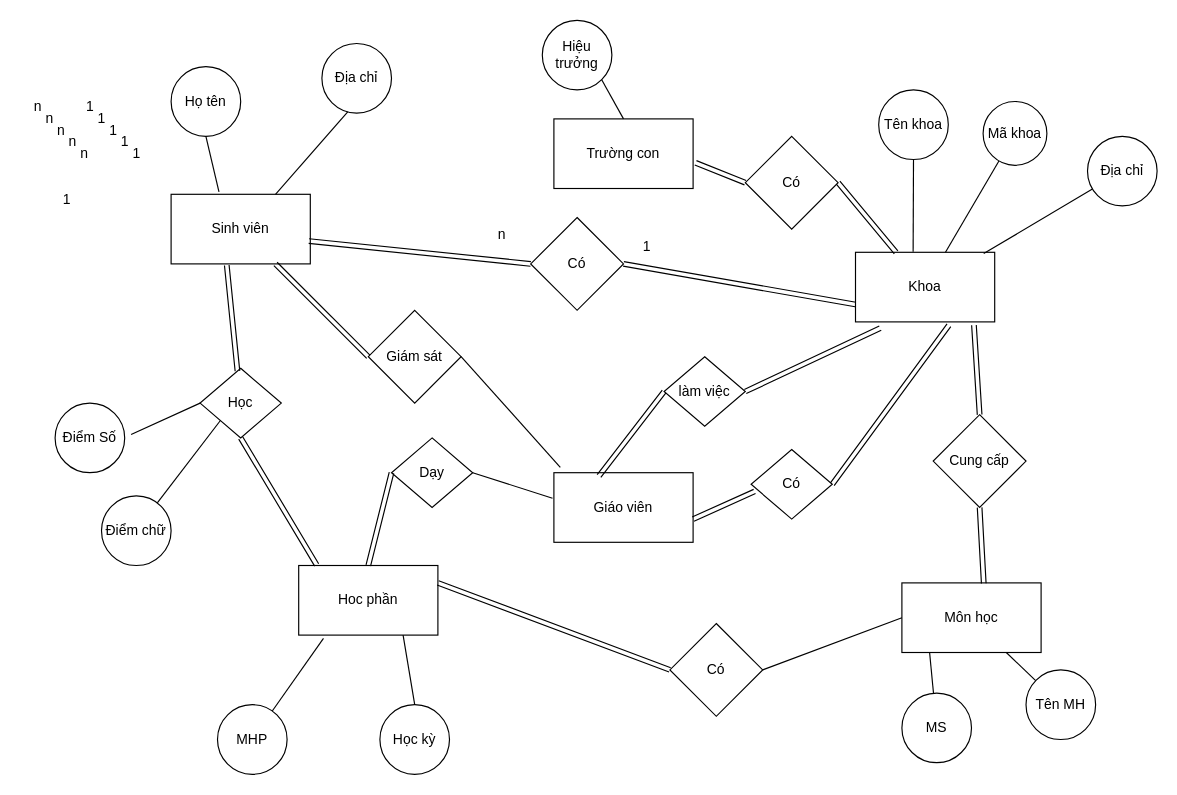
This is luoc_do_ER_so6.drawio from Drizzle210/hello-world, a draw.io file, before an edit. Source tidied: cells renumbered, new cells numbered last; positions are measured from the earlier drawing's top-left corner, leaving out a move shared by most shapes. Both pictures are drawn from the tidied source at 116%, with x=0, y=0 at pixel (20, 20).
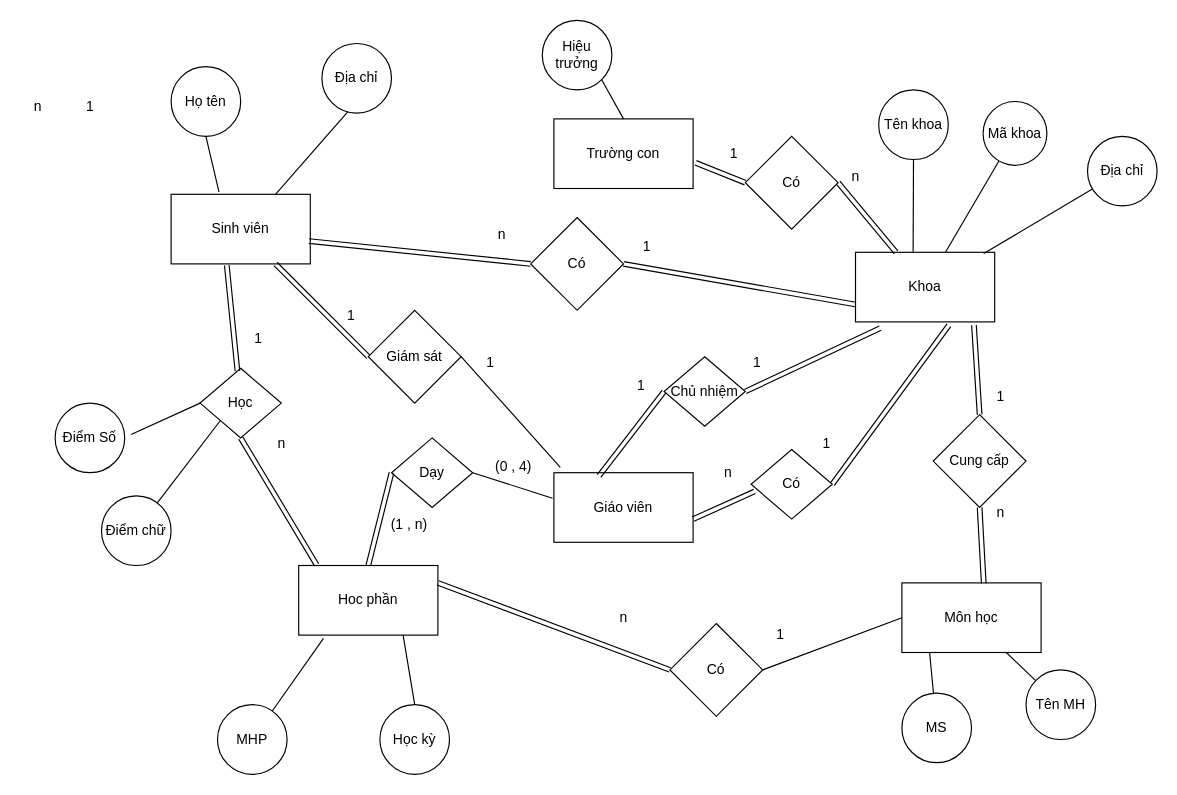
The same diagram, later.

Commit message:
Cập nhật luoc_do_ER_so6.drawio

Change to the diagram source:
```diff
@@
-    <mxCell id="40" value="làm việc" style="rhombus;whiteSpace=wrap;html=1;" parent="1" vertex="1">
+    <mxCell id="40" value="Chủ nhiệm" style="rhombus;whiteSpace=wrap;html=1;" parent="1" vertex="1">
       <mxGeometry x="555" y="290" width="70" height="60" as="geometry" />
     </mxCell>
@@
     <mxCell id="61" value="1" style="text;html=1;align=center;verticalAlign=middle;strokeColor=none;fillColor=none;" parent="1" vertex="1">
-      <mxGeometry x="55" y="70" width="30" height="30" as="geometry" />
+      <mxGeometry x="680" y="350" width="30" height="30" as="geometry" />
     </mxCell>
     <mxCell id="62" value="1" style="text;html=1;align=center;verticalAlign=middle;strokeColor=none;fillColor=none;" parent="1" vertex="1">
-      <mxGeometry x="65" y="80" width="30" height="30" as="geometry" />
+      <mxGeometry x="640" y="515" width="30" height="30" as="geometry" />
     </mxCell>
     <mxCell id="63" value="1" style="text;html=1;align=center;verticalAlign=middle;strokeColor=none;fillColor=none;" parent="1" vertex="1">
-      <mxGeometry x="75" y="90" width="30" height="30" as="geometry" />
+      <mxGeometry x="830" y="310" width="30" height="30" as="geometry" />
     </mxCell>
     <mxCell id="64" value="1" style="text;html=1;align=center;verticalAlign=middle;strokeColor=none;fillColor=none;" parent="1" vertex="1">
-      <mxGeometry x="85" y="100" width="30" height="30" as="geometry" />
+      <mxGeometry x="600" y="100" width="30" height="30" as="geometry" />
     </mxCell>
@@
     <mxCell id="66" value="n" style="text;html=1;align=center;verticalAlign=middle;strokeColor=none;fillColor=none;" parent="1" vertex="1">
-      <mxGeometry x="10" y="70" width="30" height="30" as="geometry" />
+      <mxGeometry x="595" y="375" width="30" height="30" as="geometry" />
     </mxCell>
     <mxCell id="67" value="n" style="text;html=1;align=center;verticalAlign=middle;strokeColor=none;fillColor=none;" parent="1" vertex="1">
-      <mxGeometry x="20" y="80" width="30" height="30" as="geometry" />
+      <mxGeometry x="505" y="500" width="30" height="30" as="geometry" />
     </mxCell>
     <mxCell id="68" value="n" style="text;html=1;align=center;verticalAlign=middle;strokeColor=none;fillColor=none;" parent="1" vertex="1">
-      <mxGeometry x="30" y="90" width="30" height="30" as="geometry" />
+      <mxGeometry x="830" y="410" width="30" height="30" as="geometry" />
     </mxCell>
     <mxCell id="69" value="n" style="text;html=1;align=center;verticalAlign=middle;strokeColor=none;fillColor=none;" parent="1" vertex="1">
-      <mxGeometry x="40" y="100" width="30" height="30" as="geometry" />
+      <mxGeometry x="705" y="120" width="30" height="30" as="geometry" />
     </mxCell>
@@
     <mxCell id="71" value="1" style="text;html=1;align=center;verticalAlign=middle;strokeColor=none;fillColor=none;" parent="1" vertex="1">
-      <mxGeometry x="25" y="140" width="30" height="30" as="geometry" />
+      <mxGeometry x="520" y="300" width="30" height="30" as="geometry" />
     </mxCell>
+    <mxCell id="72" value="1" style="text;html=1;align=center;verticalAlign=middle;strokeColor=none;fillColor=none;" parent="1" vertex="1">
+      <mxGeometry x="620" y="280" width="30" height="30" as="geometry" />
+    </mxCell>
+    <mxCell id="73" value="(0 , 4)" style="text;html=1;align=center;verticalAlign=middle;strokeColor=none;fillColor=none;" parent="1" vertex="1">
+      <mxGeometry x="400" y="370" width="50" height="30" as="geometry" />
+    </mxCell>
+    <mxCell id="74" value="(1 , n)" style="text;html=1;align=center;verticalAlign=middle;strokeColor=none;fillColor=none;" parent="1" vertex="1">
+      <mxGeometry x="310" y="420" width="50" height="30" as="geometry" />
+    </mxCell>
+    <mxCell id="75" value="1" style="text;html=1;align=center;verticalAlign=middle;strokeColor=none;fillColor=none;" parent="1" vertex="1">
+      <mxGeometry x="190" y="260" width="30" height="30" as="geometry" />
+    </mxCell>
+    <mxCell id="76" value="n" style="text;html=1;align=center;verticalAlign=middle;strokeColor=none;fillColor=none;" parent="1" vertex="1">
+      <mxGeometry x="210" y="350" width="30" height="30" as="geometry" />
+    </mxCell>
+    <mxCell id="77" value="1" style="text;html=1;align=center;verticalAlign=middle;strokeColor=none;fillColor=none;" parent="1" vertex="1">
+      <mxGeometry x="270" y="240" width="30" height="30" as="geometry" />
+    </mxCell>
+    <mxCell id="78" value="1" style="text;html=1;align=center;verticalAlign=middle;strokeColor=none;fillColor=none;" parent="1" vertex="1">
+      <mxGeometry x="390" y="280" width="30" height="30" as="geometry" />
+    </mxCell>
```
